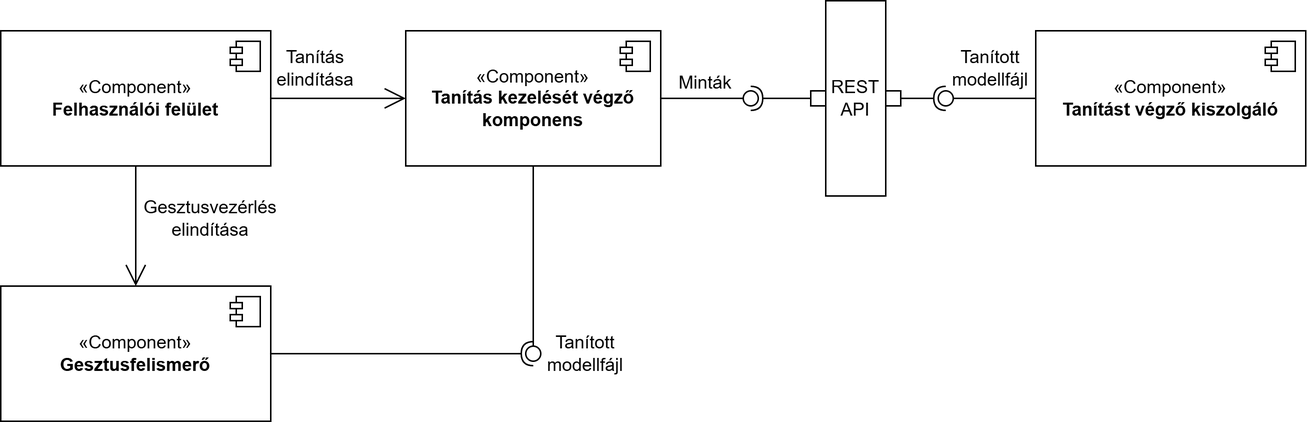
Excal21/GestureBoard keeps this draw.io diagram as Diagramok/KomponensDiagram.png. Above is the earlier version. Source tidied: cells renumbered, new cells last; positions are measured from the earlier drawing's top-left corner, leaving out a move shared by most shapes.
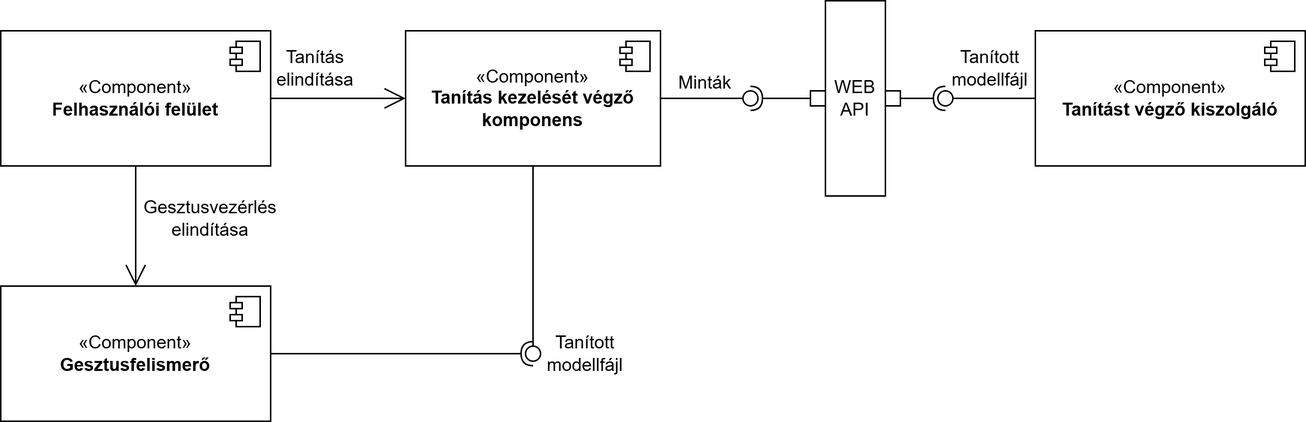
The same file after the commit.

What changed in the source:
```diff
@@ -46,7 +46,7 @@
     <mxCell id="13" value="Tanított modellfájl" style="text;html=1;align=center;verticalAlign=middle;whiteSpace=wrap;rounded=0;" parent="1" vertex="1">
       <mxGeometry x="360" y="220" width="60" height="30" as="geometry" />
     </mxCell>
-    <mxCell id="14" value="REST API" style="html=1;whiteSpace=wrap;direction=south;" parent="1" vertex="1">
+    <mxCell id="14" value="WEB&lt;br&gt;API" style="html=1;whiteSpace=wrap;direction=south;" parent="1" vertex="1">
       <mxGeometry x="550" width="40" height="130" as="geometry" />
     </mxCell>
     <mxCell id="15" style="rounded=0;jettySize=auto;html=1;endArrow=halfCircle;endFill=0;endSize=6;strokeWidth=1;sketch=0;exitX=0;exitY=0.5;exitDx=0;exitDy=0;" parent="1" edge="1" source="27">
```
